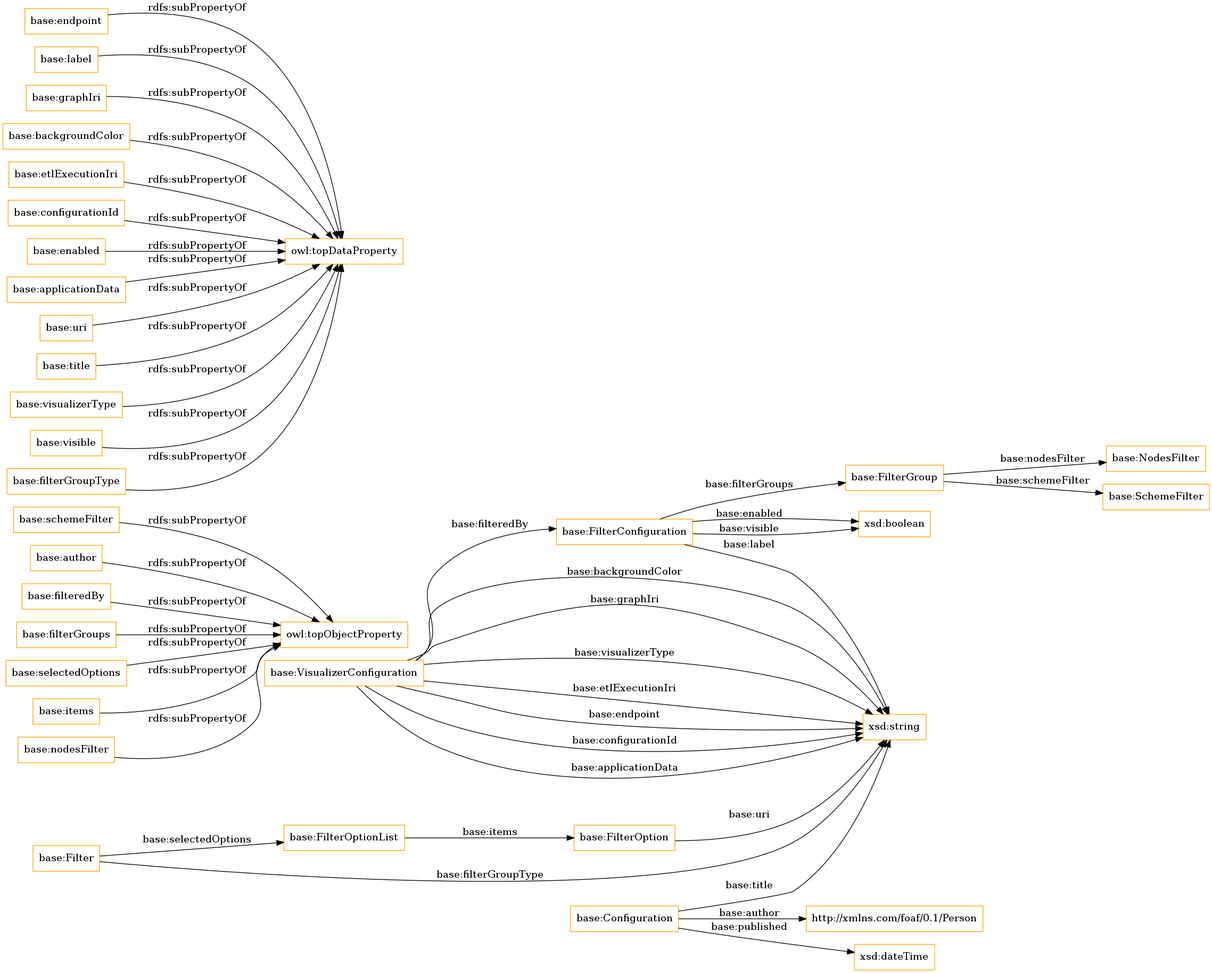
Above: OnToology/lpapps.owl/diagrams/ar2dtool-class/lpapps.owl.png in OnToologyUser/linkedpipes_applications_ontology (Graphviz), before the change. Its source is kept beside it as OnToology/lpapps.owl/diagrams/ar2dtool-class/lpapps.owl.png.dot.
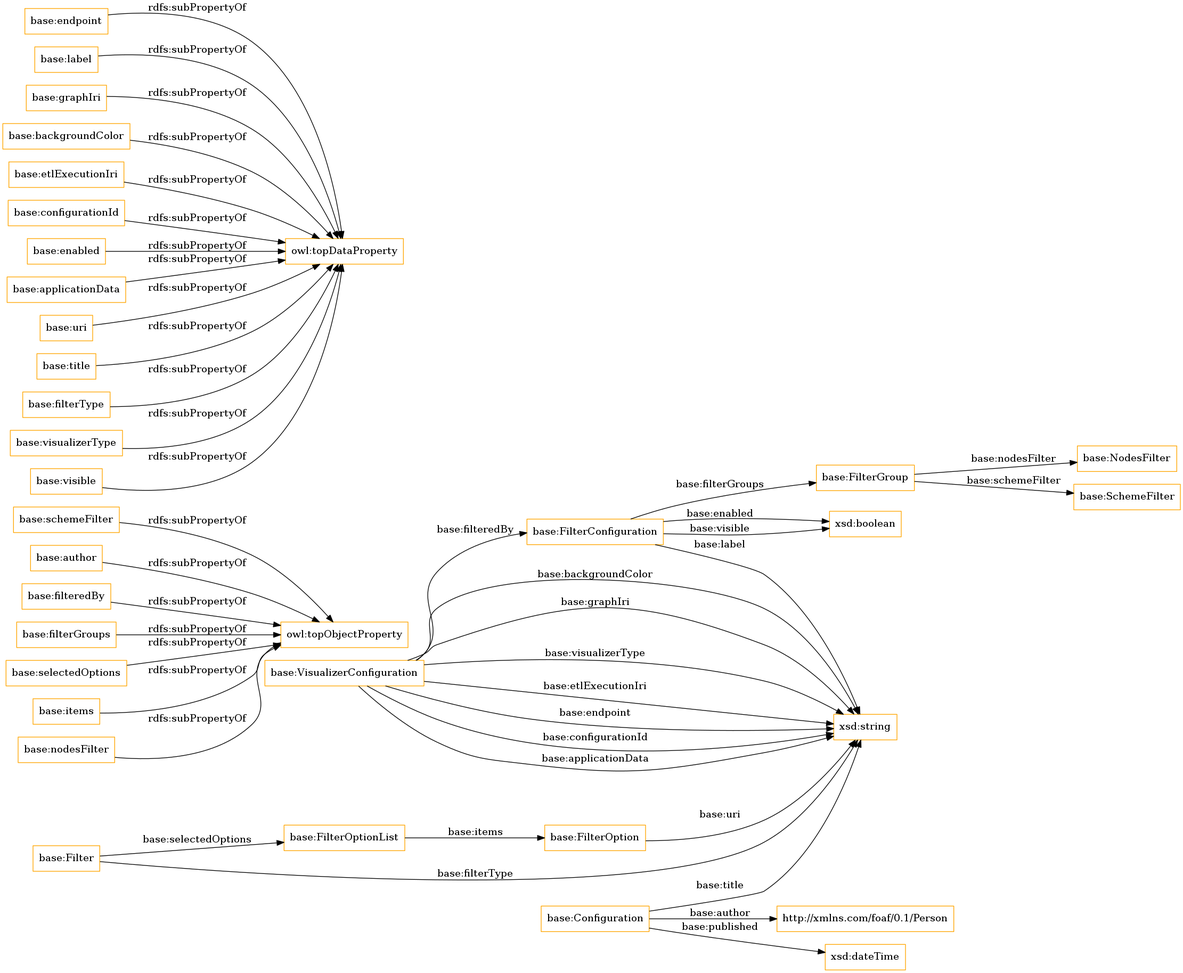
Above is the later version.

Diff of the diagram source:
```diff
@@ -19,15 +19,14 @@
 	"base:nodesFilter" -> "owl:topObjectProperty" [ label = "rdfs:subPropertyOf" ];
 	"base:uri" -> "owl:topDataProperty" [ label = "rdfs:subPropertyOf" ];
 	"base:title" -> "owl:topDataProperty" [ label = "rdfs:subPropertyOf" ];
+	"base:filterType" -> "owl:topDataProperty" [ label = "rdfs:subPropertyOf" ];
 	"base:visualizerType" -> "owl:topDataProperty" [ label = "rdfs:subPropertyOf" ];
 	"base:visible" -> "owl:topDataProperty" [ label = "rdfs:subPropertyOf" ];
-	"base:filterGroupType" -> "owl:topDataProperty" [ label = "rdfs:subPropertyOf" ];
 	"base:VisualizerConfiguration" -> "base:FilterConfiguration" [ label = "base:filteredBy" ];
 	"base:FilterOption" -> "xsd:string" [ label = "base:uri" ];
 	"base:VisualizerConfiguration" -> "xsd:string" [ label = "base:backgroundColor" ];
 	"base:Configuration" -> "xsd:string" [ label = "base:title" ];
 	"base:FilterOptionList" -> "base:FilterOption" [ label = "base:items" ];
-	"base:Filter" -> "xsd:string" [ label = "base:filterGroupType" ];
 	"base:FilterConfiguration" -> "base:FilterGroup" [ label = "base:filterGroups" ];
 	"base:FilterGroup" -> "base:NodesFilter" [ label = "base:nodesFilter" ];
 	"base:FilterConfiguration" -> "xsd:boolean" [ label = "base:enabled" ];
@@ -37,6 +36,7 @@
 	"base:VisualizerConfiguration" -> "xsd:string" [ label = "base:etlExecutionIri" ];
 	"base:FilterConfiguration" -> "xsd:string" [ label = "base:label" ];
 	"base:VisualizerConfiguration" -> "xsd:string" [ label = "base:endpoint" ];
+	"base:Filter" -> "xsd:string" [ label = "base:filterType" ];
 	"base:VisualizerConfiguration" -> "xsd:string" [ label = "base:configurationId" ];
 	"base:Filter" -> "base:FilterOptionList" [ label = "base:selectedOptions" ];
 	"base:VisualizerConfiguration" -> "xsd:string" [ label = "base:applicationData" ];
```
